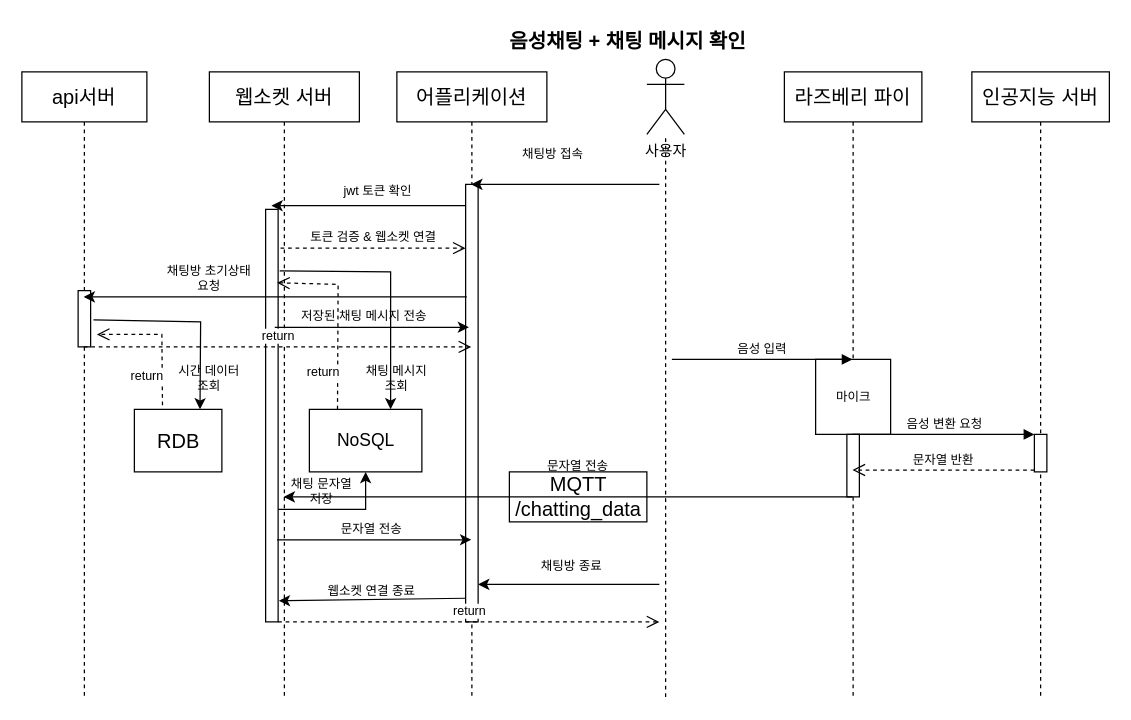
The draw.io diagram page "음성채팅 + 채팅 메시지 확인 + 타인 공부시간 확인 - 보류" (8 of 11) of doc/UML.drawio in veryneuron/study_mate_project, before the edit. Source tidied: cells renumbered, new cells numbered last; positions are measured from the earlier drawing's top-left corner, leaving out a move shared by most shapes. Both pictures are drawn from the tidied source at 125%, with x=0, y=0 at pixel (21, 21).
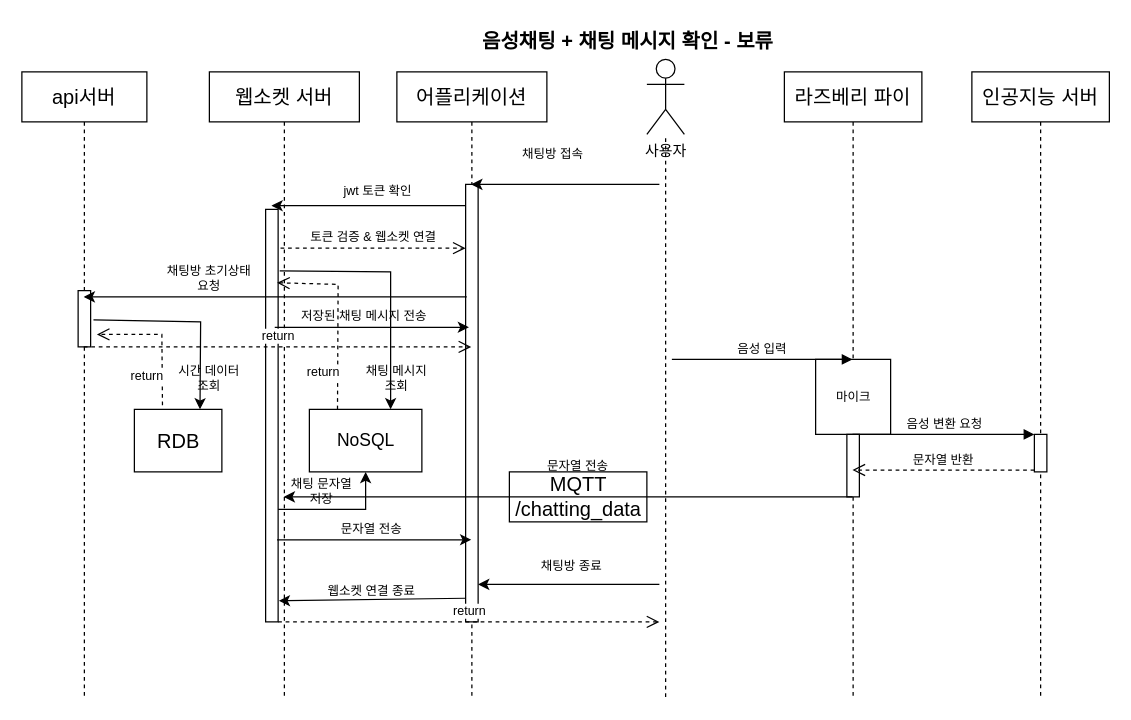
The same page after the edit.

Diff of the diagram source:
```diff
@@
-    <mxCell id="3" value="음성채팅 + 채팅 메시지 확인" style="text;html=1;strokeColor=none;fillColor=none;align=center;verticalAlign=middle;whiteSpace=wrap;rounded=0;fontStyle=1;fontSize=16;" parent="1" vertex="1">
+    <mxCell id="3" value="음성채팅 + 채팅 메시지 확인 - 보류" style="text;html=1;strokeColor=none;fillColor=none;align=center;verticalAlign=middle;whiteSpace=wrap;rounded=0;fontStyle=1;fontSize=16;" parent="1" vertex="1">
       <mxGeometry x="300" width="370" height="30" as="geometry" />
     </mxCell>
```
